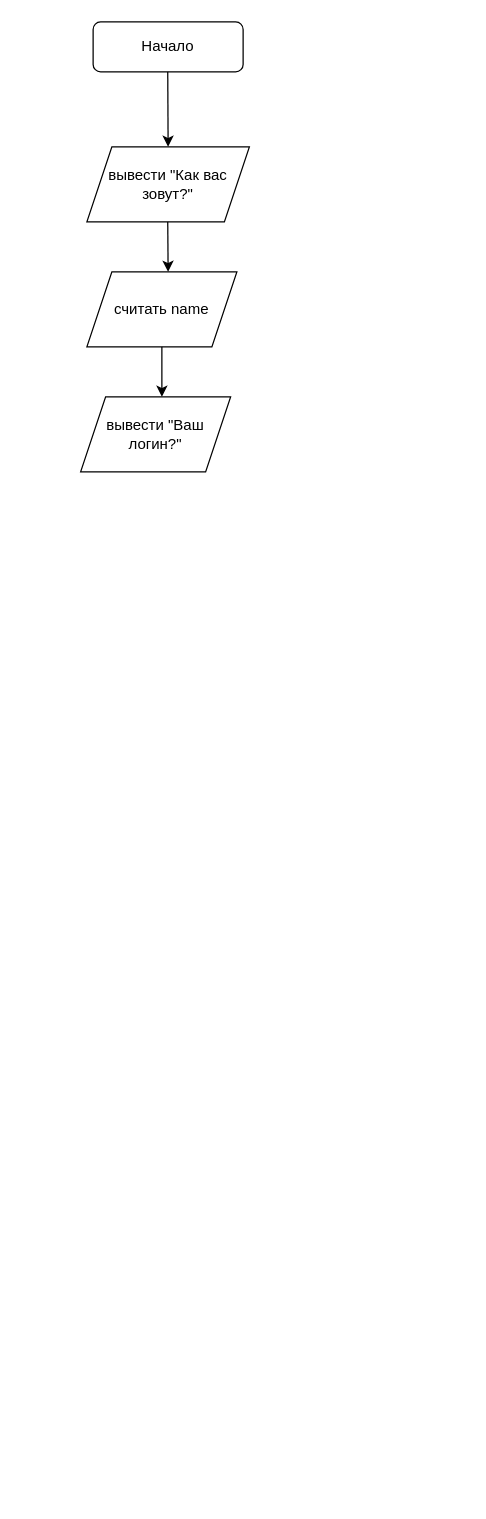
Above: Диаграмма без названия.drawio in Serj112/Skillfactory_12.1.5 (draw.io), before the change. Source tidied: cells renumbered, new cells numbered last; positions are measured from the earlier drawing's top-left corner, leaving out a move shared by most shapes. Both pictures are drawn from the tidied source at 125%, with x=0, y=0 at pixel (80, 21).
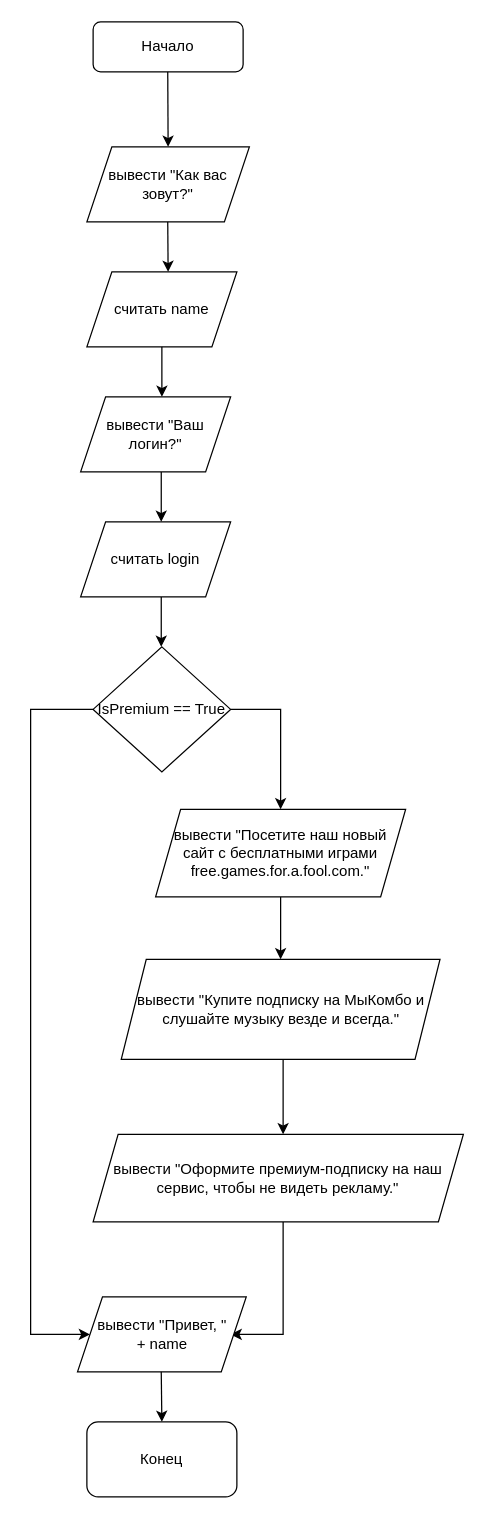
After the change.

Diff of the diagram source:
```diff
@@
+    <mxCell id="9" style="endArrow=classic;html=1;rounded=0;" parent="1" edge="1">
+      <mxGeometry relative="1" as="geometry">
+        <mxPoint x="64.5" y="360" as="sourcePoint" />
+        <mxPoint x="64.5" y="400" as="targetPoint" />
+      </mxGeometry>
+    </mxCell>
+    <mxCell id="10" value="считать login" style="shape=parallelogram;perimeter=parallelogramPerimeter;whiteSpace=wrap;html=1;fixedSize=1;" parent="1" vertex="1">
+      <mxGeometry y="400" width="120" height="60" as="geometry" />
+    </mxCell>
+    <mxCell id="11" value="IsPremium == True" style="rhombus;whiteSpace=wrap;html=1;" parent="1" vertex="1">
+      <mxGeometry x="10" y="500" width="110" height="100" as="geometry" />
+    </mxCell>
+    <mxCell id="12" style="endArrow=classic;html=1;rounded=0;" parent="1" edge="1">
+      <mxGeometry x="-1" y="-187" relative="1" as="geometry">
+        <mxPoint x="64.5" y="460" as="sourcePoint" />
+        <mxPoint x="64.5" y="500" as="targetPoint" />
+        <mxPoint x="7" y="-50" as="offset" />
+      </mxGeometry>
+    </mxCell>
+    <mxCell id="13" style="endArrow=classic;html=1;rounded=0;entryX=0;entryY=0.5;entryDx=0;entryDy=0;" parent="1" edge="1" target="21">
+      <mxGeometry relative="1" as="geometry">
+        <mxPoint x="10" y="550" as="sourcePoint" />
+        <Array as="points">
+          <mxPoint x="-40" y="550" />
+          <mxPoint x="-40" y="1050" />
+        </Array>
+      </mxGeometry>
+    </mxCell>
+    <mxCell id="14" style="endArrow=classic;html=1;rounded=0;" parent="1" edge="1">
+      <mxGeometry x="1" y="-117" relative="1" as="geometry">
+        <mxPoint x="120" y="550" as="sourcePoint" />
+        <mxPoint x="160" y="630" as="targetPoint" />
+        <Array as="points">
+          <mxPoint x="160" y="550" />
+        </Array>
+        <mxPoint x="7" y="40" as="offset" />
+      </mxGeometry>
+    </mxCell>
+    <mxCell id="15" value="вывести &quot;Посетите наш новый сайт с бесплатными играми free.games.for.a.fool.com.&quot;" style="shape=parallelogram;perimeter=parallelogramPerimeter;whiteSpace=wrap;html=1;fixedSize=1;" parent="1" vertex="1">
+      <mxGeometry x="60" y="630" width="200" height="70" as="geometry" />
+    </mxCell>
+    <mxCell id="16" style="endArrow=classic;html=1;rounded=0;" parent="1" edge="1">
+      <mxGeometry x="-1" y="-85" relative="1" as="geometry">
+        <mxPoint x="160" y="700" as="sourcePoint" />
+        <mxPoint x="160" y="750" as="targetPoint" />
+        <mxPoint x="5" y="-30" as="offset" />
+      </mxGeometry>
+    </mxCell>
+    <mxCell id="17" value="вывести &quot;Купите подписку на МыКомбо и слушайте музыку везде и всегда.&quot;" style="shape=parallelogram;perimeter=parallelogramPerimeter;whiteSpace=wrap;html=1;fixedSize=1;" parent="1" vertex="1">
+      <mxGeometry x="32.5" y="750" width="255" height="80" as="geometry" />
+    </mxCell>
+    <mxCell id="18" value="вывести &quot;Оформите премиум-подписку на наш сервис, чтобы не видеть рекламу.&quot;" style="shape=parallelogram;perimeter=parallelogramPerimeter;whiteSpace=wrap;html=1;fixedSize=1;" parent="1" vertex="1">
+      <mxGeometry x="10" y="890" width="296.2" height="70" as="geometry" />
+    </mxCell>
+    <mxCell id="19" style="endArrow=classic;html=1;rounded=0;" parent="1" edge="1">
+      <mxGeometry x="-0.33" y="-240" relative="1" as="geometry">
+        <mxPoint x="162" y="830" as="sourcePoint" />
+        <mxPoint x="162" y="890" as="targetPoint" />
+      </mxGeometry>
+    </mxCell>
+    <mxCell id="20" style="endArrow=classic;html=1;rounded=0;" parent="1" edge="1">
+      <mxGeometry x="-1" y="-85" relative="1" as="geometry">
+        <mxPoint x="162" y="960" as="sourcePoint" />
+        <mxPoint x="120" y="1050" as="targetPoint" />
+        <Array as="points">
+          <mxPoint x="162" y="1050" />
+        </Array>
+        <mxPoint x="5" y="-30" as="offset" />
+      </mxGeometry>
+    </mxCell>
+    <mxCell id="21" value="вывести &quot;Привет, &quot;&lt;br&gt;+ name" style="shape=parallelogram;perimeter=parallelogramPerimeter;whiteSpace=wrap;html=1;fixedSize=1;" parent="1" vertex="1">
+      <mxGeometry x="-2.5" y="1020" width="135" height="60" as="geometry" />
+    </mxCell>
+    <mxCell id="22" style="endArrow=classic;html=1;rounded=0;" parent="1" edge="1">
+      <mxGeometry x="1" y="-157" relative="1" as="geometry">
+        <mxPoint x="64.5" y="1080" as="sourcePoint" />
+        <mxPoint x="65" y="1120" as="targetPoint" />
+        <mxPoint x="17" y="70" as="offset" />
+      </mxGeometry>
+    </mxCell>
+    <mxCell id="23" value="Конец" style="rounded=1;whiteSpace=wrap;html=1;" parent="1" vertex="1">
+      <mxGeometry x="5" y="1120" width="120" height="60" as="geometry" />
+    </mxCell>
```
